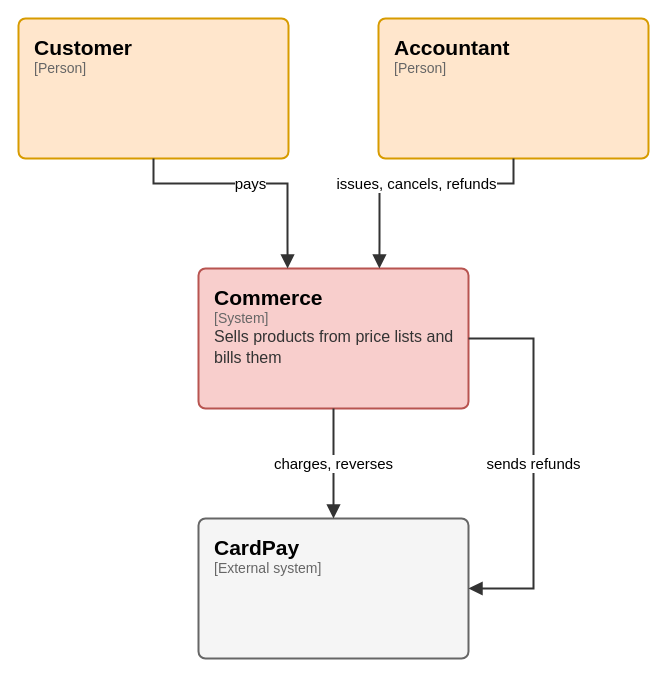
Earlier version of the draw.io diagram page "C4 1 - Context" (1 of 7) of docs/architecture/c4.drawio (elie29/partition-commerce). Source tidied: cells renumbered, new cells numbered last; positions are measured from the earlier drawing's top-left corner, leaving out a move shared by most shapes. Both pictures are drawn from the tidied source at 100%, with x=0, y=0 at pixel (18, 18).
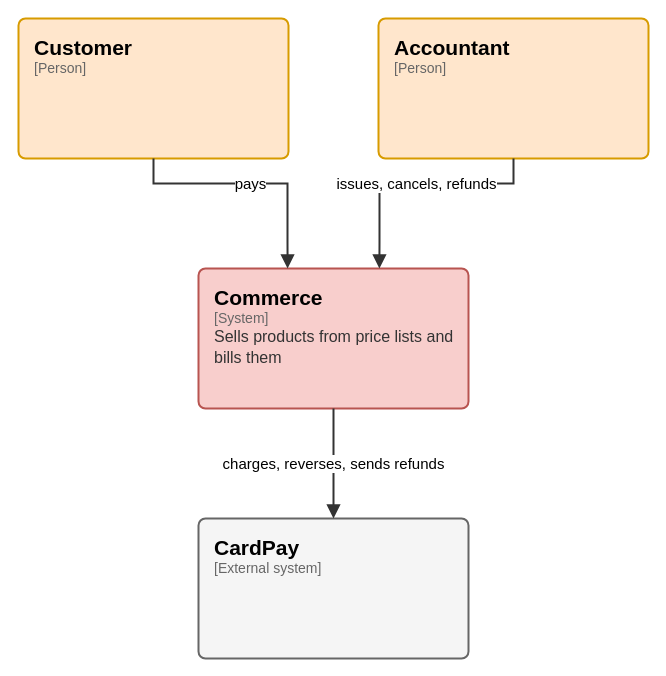
The same diagram, later.

What changed in the source:
```diff
@@
 <mxGraphModel background="#FFFFFF">
   <root>
     <mxCell id="0" />
     <mxCell id="1" parent="0" />
     <mxCell id="2" value="&lt;span style=&quot;font-size:21px;font-weight:600;color:#000000&quot;&gt;Commerce&lt;/span&gt;&lt;br&gt;&lt;span style=&quot;font-family:IBM Plex Mono;font-size:14px;color:#666666&quot;&gt;[System]&lt;/span&gt;&lt;br&gt;&lt;span style=&quot;font-size:16px;color:#333333;line-height:1.3&quot;&gt;Sells products from price lists and bills them&lt;/span&gt;" style="rounded=1;absoluteArcSize=1;arcSize=14;html=1;whiteSpace=wrap;fillColor=#f8cecc;strokeColor=#b85450;strokeWidth=2;fontFamily=IBM Plex Sans;align=left;verticalAlign=top;spacingLeft=14;spacingRight=10;spacingTop=10;partition=8UICxrTyGL;" parent="1" vertex="1">
       <mxGeometry x="180" y="250" width="270" height="140" as="geometry" />
     </mxCell>
     <mxCell id="3" value="&lt;span style=&quot;font-size:21px;font-weight:600;color:#000000&quot;&gt;Customer&lt;/span&gt;&lt;br&gt;&lt;span style=&quot;font-family:IBM Plex Mono;font-size:14px;color:#666666&quot;&gt;[Person]&lt;/span&gt;" style="rounded=1;absoluteArcSize=1;arcSize=14;html=1;whiteSpace=wrap;fillColor=#ffe6cc;strokeColor=#d79b00;strokeWidth=2;fontFamily=IBM Plex Sans;align=left;verticalAlign=top;spacingLeft=14;spacingRight=10;spacingTop=10;partition=4vRrjfbs1-;" parent="1" vertex="1">
       <mxGeometry width="270" height="140" as="geometry" />
     </mxCell>
     <mxCell id="4" value="&lt;span style=&quot;font-size:21px;font-weight:600;color:#000000&quot;&gt;Accountant&lt;/span&gt;&lt;br&gt;&lt;span style=&quot;font-family:IBM Plex Mono;font-size:14px;color:#666666&quot;&gt;[Person]&lt;/span&gt;" style="rounded=1;absoluteArcSize=1;arcSize=14;html=1;whiteSpace=wrap;fillColor=#ffe6cc;strokeColor=#d79b00;strokeWidth=2;fontFamily=IBM Plex Sans;align=left;verticalAlign=top;spacingLeft=14;spacingRight=10;spacingTop=10;partition=hqKT2AtbgB;" parent="1" vertex="1">
       <mxGeometry x="360" width="270" height="140" as="geometry" />
     </mxCell>
     <mxCell id="5" value="&lt;span style=&quot;font-size:21px;font-weight:600;color:#000000&quot;&gt;CardPay&lt;/span&gt;&lt;br&gt;&lt;span style=&quot;font-family:IBM Plex Mono;font-size:14px;color:#666666&quot;&gt;[External system]&lt;/span&gt;" style="rounded=1;absoluteArcSize=1;arcSize=14;html=1;whiteSpace=wrap;fillColor=#f5f5f5;strokeColor=#666666;strokeWidth=2;fontFamily=IBM Plex Sans;align=left;verticalAlign=top;spacingLeft=14;spacingRight=10;spacingTop=10;partition=2LmVOq51Ln;" parent="1" vertex="1">
       <mxGeometry x="180" y="500" width="270" height="140" as="geometry" />
     </mxCell>
     <mxCell id="6" value="pays" style="edgeStyle=orthogonalEdgeStyle;rounded=0;html=1;endArrow=block;endFill=1;endSize=9;strokeColor=#333333;strokeWidth=2;fontFamily=IBM Plex Sans;fontSize=15;fontColor=#000000;labelBackgroundColor=#FFFFFF;spacing=3;exitX=0.5;exitY=1;exitPerimeter=0;entryX=0.33;entryY=0;entryPerimeter=0;partition=xNEBoLaS1c;" parent="1" edge="1" source="3" target="2">
       <mxGeometry relative="1" as="geometry">
         <Array as="points">
           <mxPoint x="135" y="165" />
           <mxPoint x="269" y="165" />
           <mxPoint x="269" y="225" />
         </Array>
       </mxGeometry>
     </mxCell>
     <mxCell id="7" value="issues, cancels, refunds" style="edgeStyle=orthogonalEdgeStyle;rounded=0;html=1;endArrow=block;endFill=1;endSize=9;strokeColor=#333333;strokeWidth=2;fontFamily=IBM Plex Sans;fontSize=15;fontColor=#000000;labelBackgroundColor=#FFFFFF;spacing=3;exitX=0.5;exitY=1;exitPerimeter=0;entryX=0.67;entryY=0;entryPerimeter=0;partition=liw0UY-cbi;" parent="1" edge="1" source="4" target="2">
       <mxGeometry relative="1" as="geometry">
         <Array as="points">
           <mxPoint x="495" y="165" />
           <mxPoint x="361" y="165" />
           <mxPoint x="361" y="225" />
         </Array>
       </mxGeometry>
     </mxCell>
-    <mxCell id="8" value="charges, reverses" style="edgeStyle=orthogonalEdgeStyle;rounded=0;html=1;endArrow=block;endFill=1;endSize=9;strokeColor=#333333;strokeWidth=2;fontFamily=IBM Plex Sans;fontSize=15;fontColor=#000000;labelBackgroundColor=#FFFFFF;spacing=3;exitX=0.5;exitY=1;exitPerimeter=0;entryX=0.5;entryY=0;entryPerimeter=0;partition=jiSUEbTEbW;" parent="1" edge="1" source="2" target="5">
+    <mxCell id="8" value="charges, reverses, sends refunds" style="edgeStyle=orthogonalEdgeStyle;rounded=0;html=1;endArrow=block;endFill=1;endSize=9;strokeColor=#333333;strokeWidth=2;fontFamily=IBM Plex Sans;fontSize=15;fontColor=#000000;labelBackgroundColor=#FFFFFF;spacing=3;exitX=0.5;exitY=1;exitPerimeter=0;entryX=0.5;entryY=0;entryPerimeter=0;partition=jiSUEbTEbW;" parent="1" edge="1" source="2" target="5">
       <mxGeometry relative="1" as="geometry">
         <Array as="points">
           <mxPoint x="315" y="415" />
           <mxPoint x="315" y="475" />
         </Array>
       </mxGeometry>
     </mxCell>
-    <mxCell id="9" value="sends refunds" style="edgeStyle=orthogonalEdgeStyle;rounded=0;html=1;endArrow=block;endFill=1;endSize=9;strokeColor=#333333;strokeWidth=2;fontFamily=IBM Plex Sans;fontSize=15;fontColor=#000000;labelBackgroundColor=#FFFFFF;spacing=3;exitX=1;exitY=0.5;exitPerimeter=0;entryX=1;entryY=0.5;entryPerimeter=0;partition=wpezEKrRBC;" parent="1" edge="1" source="2" target="5">
-      <mxGeometry relative="1" as="geometry">
-        <Array as="points">
-          <mxPoint x="515" y="320" />
-          <mxPoint x="515" y="570" />
-        </Array>
-      </mxGeometry>
-    </mxCell>
   </root>
 </mxGraphModel>
```
